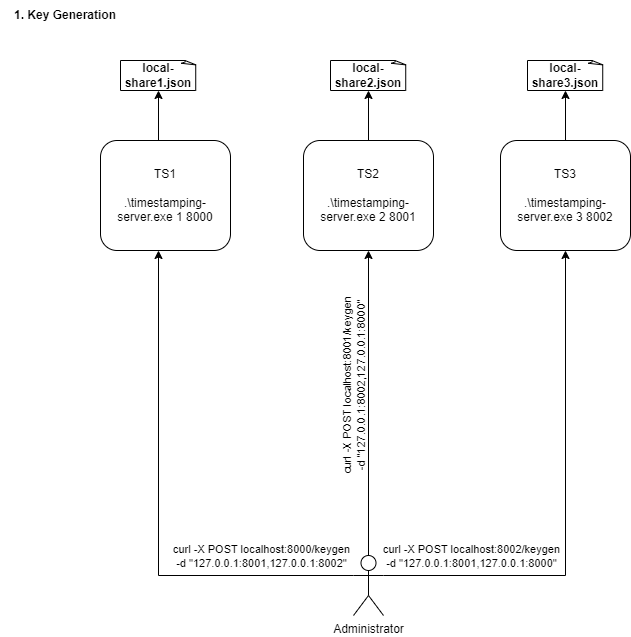
Earlier version of the draw.io export docs/report/keygen.drawio.png (xmaslo/log-signing-mpc). Source tidied: cells renumbered, new cells last; positions are measured from the earlier drawing's top-left corner, leaving out a move shared by most shapes.
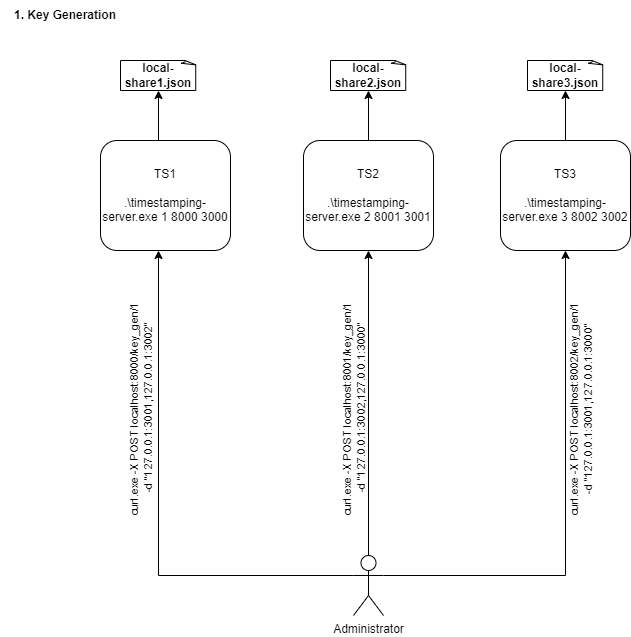
After the change.

What changed in the source:
```diff
@@ -7,19 +7,19 @@
         <mxPoint x="158" y="140" as="sourcePoint" />
       </mxGeometry>
     </mxCell>
-    <mxCell id="3" value="TS1&lt;br&gt;&lt;br&gt;.\timestamping-server.exe 1 8000" style="rounded=1;whiteSpace=wrap;html=1;" parent="1" vertex="1">
+    <mxCell id="3" value="TS1&lt;br&gt;&lt;br&gt;.\timestamping-server.exe 1 8000 3000" style="rounded=1;whiteSpace=wrap;html=1;" parent="1" vertex="1">
       <mxGeometry x="100" y="140" width="130" height="110" as="geometry" />
     </mxCell>
     <mxCell id="4" style="edgeStyle=orthogonalEdgeStyle;rounded=0;jettySize=auto;html=1;exitX=0.5;exitY=0;exitDx=0;exitDy=0;" parent="1" edge="1" source="5" target="9">
       <mxGeometry relative="1" as="geometry" />
     </mxCell>
-    <mxCell id="5" value="TS2&lt;br&gt;&lt;br&gt;.\timestamping-server.exe 2 8001" style="rounded=1;whiteSpace=wrap;html=1;" parent="1" vertex="1">
+    <mxCell id="5" value="TS2&lt;br&gt;&lt;br&gt;.\timestamping-server.exe 2 8001 3001" style="rounded=1;whiteSpace=wrap;html=1;" parent="1" vertex="1">
       <mxGeometry x="303" y="140" width="130" height="110" as="geometry" />
     </mxCell>
     <mxCell id="6" style="edgeStyle=orthogonalEdgeStyle;rounded=0;jettySize=auto;html=1;exitX=0.5;exitY=0;exitDx=0;exitDy=0;" parent="1" edge="1" source="7" target="10">
       <mxGeometry relative="1" as="geometry" />
     </mxCell>
-    <mxCell id="7" value="TS3&lt;br&gt;&lt;br&gt;.\timestamping-server.exe 3 8002" style="rounded=1;whiteSpace=wrap;html=1;" parent="1" vertex="1">
+    <mxCell id="7" value="TS3&lt;br&gt;&lt;br&gt;.\timestamping-server.exe 3 8002 3002" style="rounded=1;whiteSpace=wrap;html=1;" parent="1" vertex="1">
       <mxGeometry x="500" y="140" width="130" height="110" as="geometry" />
     </mxCell>
     <mxCell id="8" value="&lt;b&gt;local-share1.json&lt;/b&gt;" style="whiteSpace=wrap;html=1;shape=mxgraph.basic.document;" parent="1" vertex="1">
@@ -36,25 +36,25 @@
         <mxPoint x="158" y="250" as="targetPoint" />
       </mxGeometry>
     </mxCell>
-    <mxCell id="12" value="curl -X POST localhost:8000/keygen&lt;br&gt;-d &quot;127.0.0.1:8001,127.0.0.1:8002&quot;" style="edgeLabel;html=1;align=center;verticalAlign=middle;" parent="11" vertex="1">
+    <mxCell id="12" value="curl.exe -X POST localhost:8000/key_gen/1&lt;br&gt;&amp;nbsp;-d &quot;127.0.0.1:3001,127.0.0.1:3002&quot;" style="edgeLabel;html=1;align=center;verticalAlign=middle;rotation=270;" parent="11" vertex="1">
       <mxGeometry x="-0.21" y="-1" relative="1" as="geometry">
-        <mxPoint x="101" y="-11" as="offset" />
+        <mxPoint x="-19" y="-156" as="offset" />
       </mxGeometry>
     </mxCell>
     <mxCell id="13" style="edgeStyle=orthogonalEdgeStyle;rounded=0;jettySize=auto;html=1;exitX=0.5;exitY=0;exitDx=0;exitDy=0;exitPerimeter=0;entryX=0.5;entryY=1;entryDx=0;entryDy=0;" parent="1" edge="1" source="17" target="5">
       <mxGeometry relative="1" as="geometry" />
     </mxCell>
-    <mxCell id="14" value="curl&amp;nbsp;-X POST localhost:8001/keygen&lt;br style=&quot;border-color: var(--border-color);&quot;&gt;-d &quot;127.0.0.1:8002,127.0.0.1:8000&quot;" style="edgeLabel;html=1;align=center;verticalAlign=middle;rotation=-90;" parent="13" vertex="1">
+    <mxCell id="14" value="curl.exe -X POST localhost:8001/key_gen/1&lt;br&gt;&amp;nbsp;-d &quot;127.0.0.1:3002,127.0.0.1:3000&quot;" style="edgeLabel;html=1;align=center;verticalAlign=middle;rotation=-90;" parent="13" vertex="1">
       <mxGeometry x="0.25" y="1" relative="1" as="geometry">
-        <mxPoint x="-14" y="21" as="offset" />
+        <mxPoint x="-14" y="45" as="offset" />
       </mxGeometry>
     </mxCell>
     <mxCell id="15" style="edgeStyle=orthogonalEdgeStyle;rounded=0;jettySize=auto;html=1;exitX=1;exitY=0.3333333333333333;exitDx=0;exitDy=0;exitPerimeter=0;entryX=0.5;entryY=1;entryDx=0;entryDy=0;" parent="1" edge="1" source="17" target="7">
       <mxGeometry relative="1" as="geometry" />
     </mxCell>
-    <mxCell id="16" value="curl&amp;nbsp;-X POST localhost:8002/keygen&lt;br style=&quot;border-color: var(--border-color);&quot;&gt;-d &quot;127.0.0.1:8001,127.0.0.1:8000&quot;" style="edgeLabel;html=1;align=center;verticalAlign=middle;" parent="15" vertex="1">
+    <mxCell id="16" value="curl.exe -X POST localhost:8002/key_gen/1 &lt;br&gt;-d &quot;127.0.0.1:3001,127.0.0.1:3000&quot;" style="edgeLabel;html=1;align=center;verticalAlign=middle;rotation=270;" parent="15" vertex="1">
       <mxGeometry x="-0.23" y="1" relative="1" as="geometry">
-        <mxPoint x="-94" y="-6" as="offset" />
+        <mxPoint x="16" y="-151" as="offset" />
       </mxGeometry>
     </mxCell>
     <mxCell id="17" value="Administrator" style="shape=umlActor;verticalLabelPosition=bottom;verticalAlign=top;html=1;outlineConnect=0;" parent="1" vertex="1">
```
